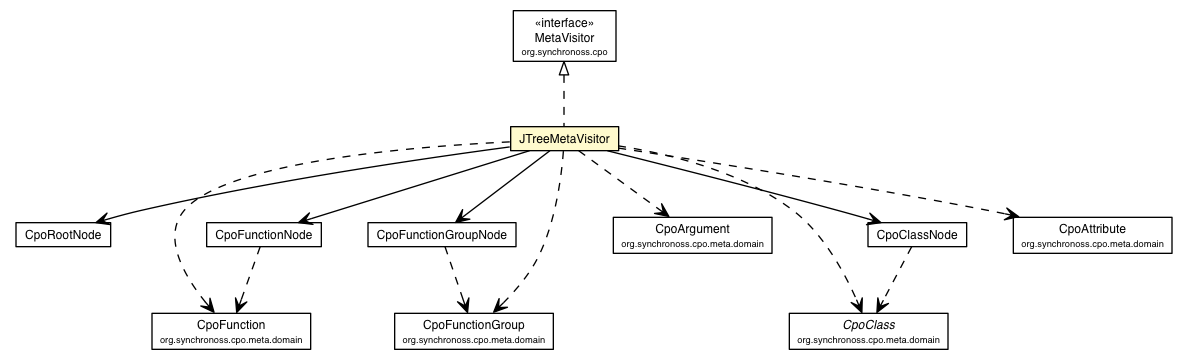
Above: site/apidocs/org/synchronoss/cpo/util/JTreeMetaVisitor.png in synchronoss/cpo-util (Graphviz), before the change. Its source is kept beside it as site/apidocs/org/synchronoss/cpo/util/JTreeMetaVisitor.dot.
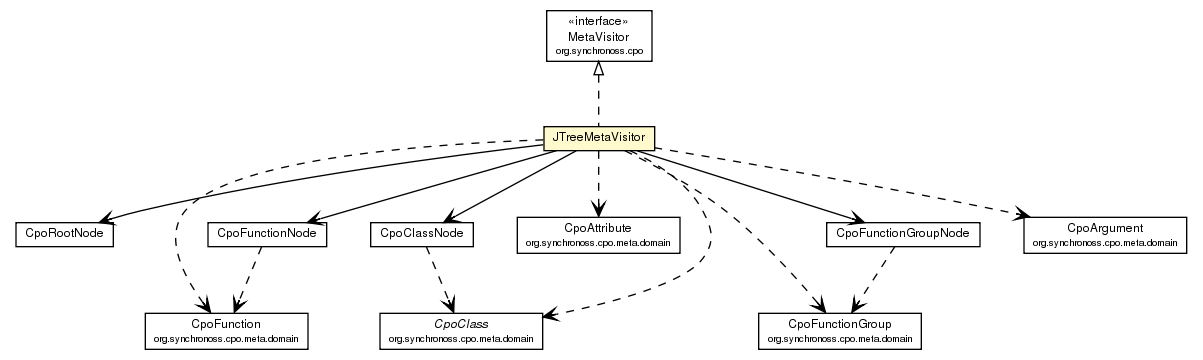
Later version of the same file.

Change to the diagram source:
```diff
@@ -2,75 +2,75 @@
 digraph G {
 	edge [fontname="Helvetica",fontsize=10,labelfontname="Helvetica",labelfontsize=10];
 	node [fontname="Helvetica",fontsize=10,shape=plaintext];
-	c1419 [label=<<table border="0" cellborder="1" cellspacing="0" cellpadding="2" port="p" bgcolor="lemonChiffon" href="./JTreeMetaVisitor.html">
+	c1707 [label=<<table border="0" cellborder="1" cellspacing="0" cellpadding="2" port="p" bgcolor="lemonChiffon" href="./JTreeMetaVisitor.html">
 		<tr><td><table border="0" cellspacing="0" cellpadding="1">
 			<tr><td> JTreeMetaVisitor </td></tr>
 		</table></td></tr>
 		</table>>, fontname="Helvetica", fontcolor="black", fontsize=9.0];
-	c1425 [label=<<table border="0" cellborder="1" cellspacing="0" cellpadding="2" port="p" href="./CpoRootNode.html">
+	c1715 [label=<<table border="0" cellborder="1" cellspacing="0" cellpadding="2" port="p" href="./CpoRootNode.html">
 		<tr><td><table border="0" cellspacing="0" cellpadding="1">
 			<tr><td> CpoRootNode </td></tr>
 		</table></td></tr>
 		</table>>, fontname="Helvetica", fontcolor="black", fontsize=9.0];
-	c1430 [label=<<table border="0" cellborder="1" cellspacing="0" cellpadding="2" port="p" href="./CpoFunctionNode.html">
+	c1721 [label=<<table border="0" cellborder="1" cellspacing="0" cellpadding="2" port="p" href="./CpoFunctionNode.html">
 		<tr><td><table border="0" cellspacing="0" cellpadding="1">
 			<tr><td> CpoFunctionNode </td></tr>
 		</table></td></tr>
 		</table>>, fontname="Helvetica", fontcolor="black", fontsize=9.0];
-	c1431 [label=<<table border="0" cellborder="1" cellspacing="0" cellpadding="2" port="p" href="./CpoFunctionGroupNode.html">
+	c1723 [label=<<table border="0" cellborder="1" cellspacing="0" cellpadding="2" port="p" href="./CpoClassNode.html">
+		<tr><td><table border="0" cellspacing="0" cellpadding="1">
+			<tr><td> CpoClassNode </td></tr>
+		</table></td></tr>
+		</table>>, fontname="Helvetica", fontcolor="black", fontsize=9.0];
+	c1728 [label=<<table border="0" cellborder="1" cellspacing="0" cellpadding="2" port="p" href="./CpoFunctionGroupNode.html">
 		<tr><td><table border="0" cellspacing="0" cellpadding="1">
 			<tr><td> CpoFunctionGroupNode </td></tr>
 		</table></td></tr>
 		</table>>, fontname="Helvetica", fontcolor="black", fontsize=9.0];
-	c1434 [label=<<table border="0" cellborder="1" cellspacing="0" cellpadding="2" port="p" href="./CpoClassNode.html">
-		<tr><td><table border="0" cellspacing="0" cellpadding="1">
-			<tr><td> CpoClassNode </td></tr>
-		</table></td></tr>
-		</table>>, fontname="Helvetica", fontcolor="black", fontsize=9.0];
-	c1480:p -> c1419:p [dir=back,arrowtail=empty,style=dashed];
-	c1419:p -> c1425:p [taillabel="", label="", headlabel="", fontname="Helvetica", fontcolor="black", fontsize=10.0, color="black", arrowhead=open];
-	c1419:p -> c1434:p [taillabel="", label="", headlabel="", fontname="Helvetica", fontcolor="black", fontsize=10.0, color="black", arrowhead=open];
-	c1419:p -> c1431:p [taillabel="", label="", headlabel="", fontname="Helvetica", fontcolor="black", fontsize=10.0, color="black", arrowhead=open];
-	c1419:p -> c1430:p [taillabel="", label="", headlabel="", fontname="Helvetica", fontcolor="black", fontsize=10.0, color="black", arrowhead=open];
-	c1419:p -> c1481:p [taillabel="", label="", headlabel="", fontname="Helvetica", fontcolor="black", fontsize=10.0, color="black", arrowhead=open, style=dashed];
-	c1419:p -> c1482:p [taillabel="", label="", headlabel="", fontname="Helvetica", fontcolor="black", fontsize=10.0, color="black", arrowhead=open, style=dashed];
-	c1419:p -> c1483:p [taillabel="", label="", headlabel="", fontname="Helvetica", fontcolor="black", fontsize=10.0, color="black", arrowhead=open, style=dashed];
-	c1419:p -> c1484:p [taillabel="", label="", headlabel="", fontname="Helvetica", fontcolor="black", fontsize=10.0, color="black", arrowhead=open, style=dashed];
-	c1419:p -> c1485:p [taillabel="", label="", headlabel="", fontname="Helvetica", fontcolor="black", fontsize=10.0, color="black", arrowhead=open, style=dashed];
-	c1430:p -> c1481:p [taillabel="", label="", headlabel="", fontname="Helvetica", fontcolor="black", fontsize=10.0, color="black", arrowhead=open, style=dashed];
-	c1431:p -> c1484:p [taillabel="", label="", headlabel="", fontname="Helvetica", fontcolor="black", fontsize=10.0, color="black", arrowhead=open, style=dashed];
-	c1434:p -> c1483:p [taillabel="", label="", headlabel="", fontname="Helvetica", fontcolor="black", fontsize=10.0, color="black", arrowhead=open, style=dashed];
-	c1483 [label=<<table border="0" cellborder="1" cellspacing="0" cellpadding="2" port="p" href="http://java.sun.com/j2se/1.4.2/docs/api/org/synchronoss/cpo/meta/domain/CpoClass.html">
+	c1764:p -> c1707:p [dir=back,arrowtail=empty,style=dashed];
+	c1707:p -> c1715:p [taillabel="", label="", headlabel="", fontname="Helvetica", fontcolor="black", fontsize=10.0, color="black", arrowhead=open];
+	c1707:p -> c1723:p [taillabel="", label="", headlabel="", fontname="Helvetica", fontcolor="black", fontsize=10.0, color="black", arrowhead=open];
+	c1707:p -> c1728:p [taillabel="", label="", headlabel="", fontname="Helvetica", fontcolor="black", fontsize=10.0, color="black", arrowhead=open];
+	c1707:p -> c1721:p [taillabel="", label="", headlabel="", fontname="Helvetica", fontcolor="black", fontsize=10.0, color="black", arrowhead=open];
+	c1707:p -> c1765:p [taillabel="", label="", headlabel="", fontname="Helvetica", fontcolor="black", fontsize=10.0, color="black", arrowhead=open, style=dashed];
+	c1707:p -> c1766:p [taillabel="", label="", headlabel="", fontname="Helvetica", fontcolor="black", fontsize=10.0, color="black", arrowhead=open, style=dashed];
+	c1707:p -> c1767:p [taillabel="", label="", headlabel="", fontname="Helvetica", fontcolor="black", fontsize=10.0, color="black", arrowhead=open, style=dashed];
+	c1707:p -> c1769:p [taillabel="", label="", headlabel="", fontname="Helvetica", fontcolor="black", fontsize=10.0, color="black", arrowhead=open, style=dashed];
+	c1707:p -> c1770:p [taillabel="", label="", headlabel="", fontname="Helvetica", fontcolor="black", fontsize=10.0, color="black", arrowhead=open, style=dashed];
+	c1721:p -> c1766:p [taillabel="", label="", headlabel="", fontname="Helvetica", fontcolor="black", fontsize=10.0, color="black", arrowhead=open, style=dashed];
+	c1723:p -> c1767:p [taillabel="", label="", headlabel="", fontname="Helvetica", fontcolor="black", fontsize=10.0, color="black", arrowhead=open, style=dashed];
+	c1728:p -> c1769:p [taillabel="", label="", headlabel="", fontname="Helvetica", fontcolor="black", fontsize=10.0, color="black", arrowhead=open, style=dashed];
+	c1767 [label=<<table border="0" cellborder="1" cellspacing="0" cellpadding="2" port="p" href="http://java.sun.com/j2se/1.4.2/docs/api/org/synchronoss/cpo/meta/domain/CpoClass.html">
 		<tr><td><table border="0" cellspacing="0" cellpadding="1">
 			<tr><td><font face="Helvetica-Oblique"> CpoClass </font></td></tr>
 			<tr><td><font point-size="7.0"> org.synchronoss.cpo.meta.domain </font></td></tr>
 		</table></td></tr>
 		</table>>, fontname="Helvetica", fontcolor="black", fontsize=9.0];
-	c1482 [label=<<table border="0" cellborder="1" cellspacing="0" cellpadding="2" port="p" href="http://java.sun.com/j2se/1.4.2/docs/api/org/synchronoss/cpo/meta/domain/CpoArgument.html">
+	c1770 [label=<<table border="0" cellborder="1" cellspacing="0" cellpadding="2" port="p" href="http://java.sun.com/j2se/1.4.2/docs/api/org/synchronoss/cpo/meta/domain/CpoArgument.html">
 		<tr><td><table border="0" cellspacing="0" cellpadding="1">
 			<tr><td> CpoArgument </td></tr>
 			<tr><td><font point-size="7.0"> org.synchronoss.cpo.meta.domain </font></td></tr>
 		</table></td></tr>
 		</table>>, fontname="Helvetica", fontcolor="black", fontsize=9.0];
-	c1485 [label=<<table border="0" cellborder="1" cellspacing="0" cellpadding="2" port="p" href="http://java.sun.com/j2se/1.4.2/docs/api/org/synchronoss/cpo/meta/domain/CpoAttribute.html">
+	c1765 [label=<<table border="0" cellborder="1" cellspacing="0" cellpadding="2" port="p" href="http://java.sun.com/j2se/1.4.2/docs/api/org/synchronoss/cpo/meta/domain/CpoAttribute.html">
 		<tr><td><table border="0" cellspacing="0" cellpadding="1">
 			<tr><td> CpoAttribute </td></tr>
 			<tr><td><font point-size="7.0"> org.synchronoss.cpo.meta.domain </font></td></tr>
 		</table></td></tr>
 		</table>>, fontname="Helvetica", fontcolor="black", fontsize=9.0];
-	c1481 [label=<<table border="0" cellborder="1" cellspacing="0" cellpadding="2" port="p" href="http://java.sun.com/j2se/1.4.2/docs/api/org/synchronoss/cpo/meta/domain/CpoFunction.html">
+	c1766 [label=<<table border="0" cellborder="1" cellspacing="0" cellpadding="2" port="p" href="http://java.sun.com/j2se/1.4.2/docs/api/org/synchronoss/cpo/meta/domain/CpoFunction.html">
 		<tr><td><table border="0" cellspacing="0" cellpadding="1">
 			<tr><td> CpoFunction </td></tr>
 			<tr><td><font point-size="7.0"> org.synchronoss.cpo.meta.domain </font></td></tr>
 		</table></td></tr>
 		</table>>, fontname="Helvetica", fontcolor="black", fontsize=9.0];
-	c1484 [label=<<table border="0" cellborder="1" cellspacing="0" cellpadding="2" port="p" href="http://java.sun.com/j2se/1.4.2/docs/api/org/synchronoss/cpo/meta/domain/CpoFunctionGroup.html">
+	c1769 [label=<<table border="0" cellborder="1" cellspacing="0" cellpadding="2" port="p" href="http://java.sun.com/j2se/1.4.2/docs/api/org/synchronoss/cpo/meta/domain/CpoFunctionGroup.html">
 		<tr><td><table border="0" cellspacing="0" cellpadding="1">
 			<tr><td> CpoFunctionGroup </td></tr>
 			<tr><td><font point-size="7.0"> org.synchronoss.cpo.meta.domain </font></td></tr>
 		</table></td></tr>
 		</table>>, fontname="Helvetica", fontcolor="black", fontsize=9.0];
-	c1480 [label=<<table border="0" cellborder="1" cellspacing="0" cellpadding="2" port="p" href="http://java.sun.com/j2se/1.4.2/docs/api/org/synchronoss/cpo/MetaVisitor.html">
+	c1764 [label=<<table border="0" cellborder="1" cellspacing="0" cellpadding="2" port="p" href="http://java.sun.com/j2se/1.4.2/docs/api/org/synchronoss/cpo/MetaVisitor.html">
 		<tr><td><table border="0" cellspacing="0" cellpadding="1">
 			<tr><td> &laquo;interface&raquo; </td></tr>
 			<tr><td> MetaVisitor </td></tr>
```
